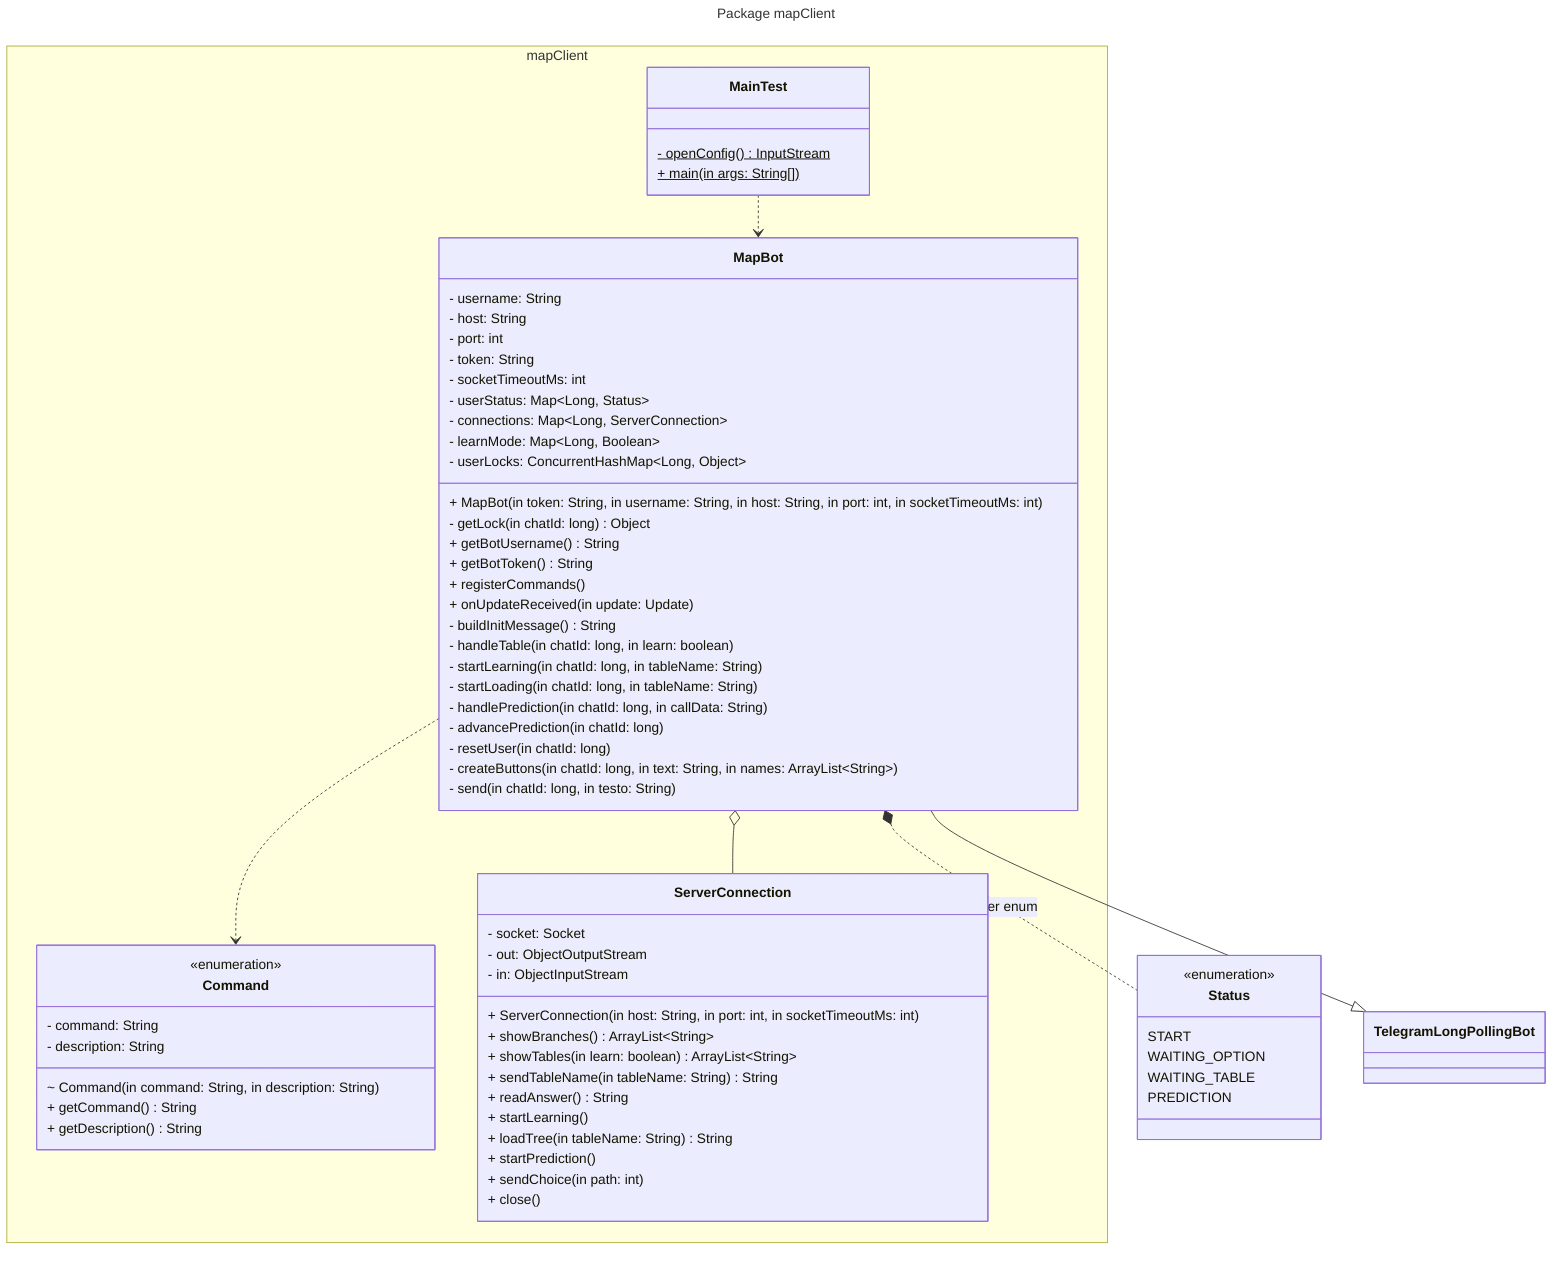
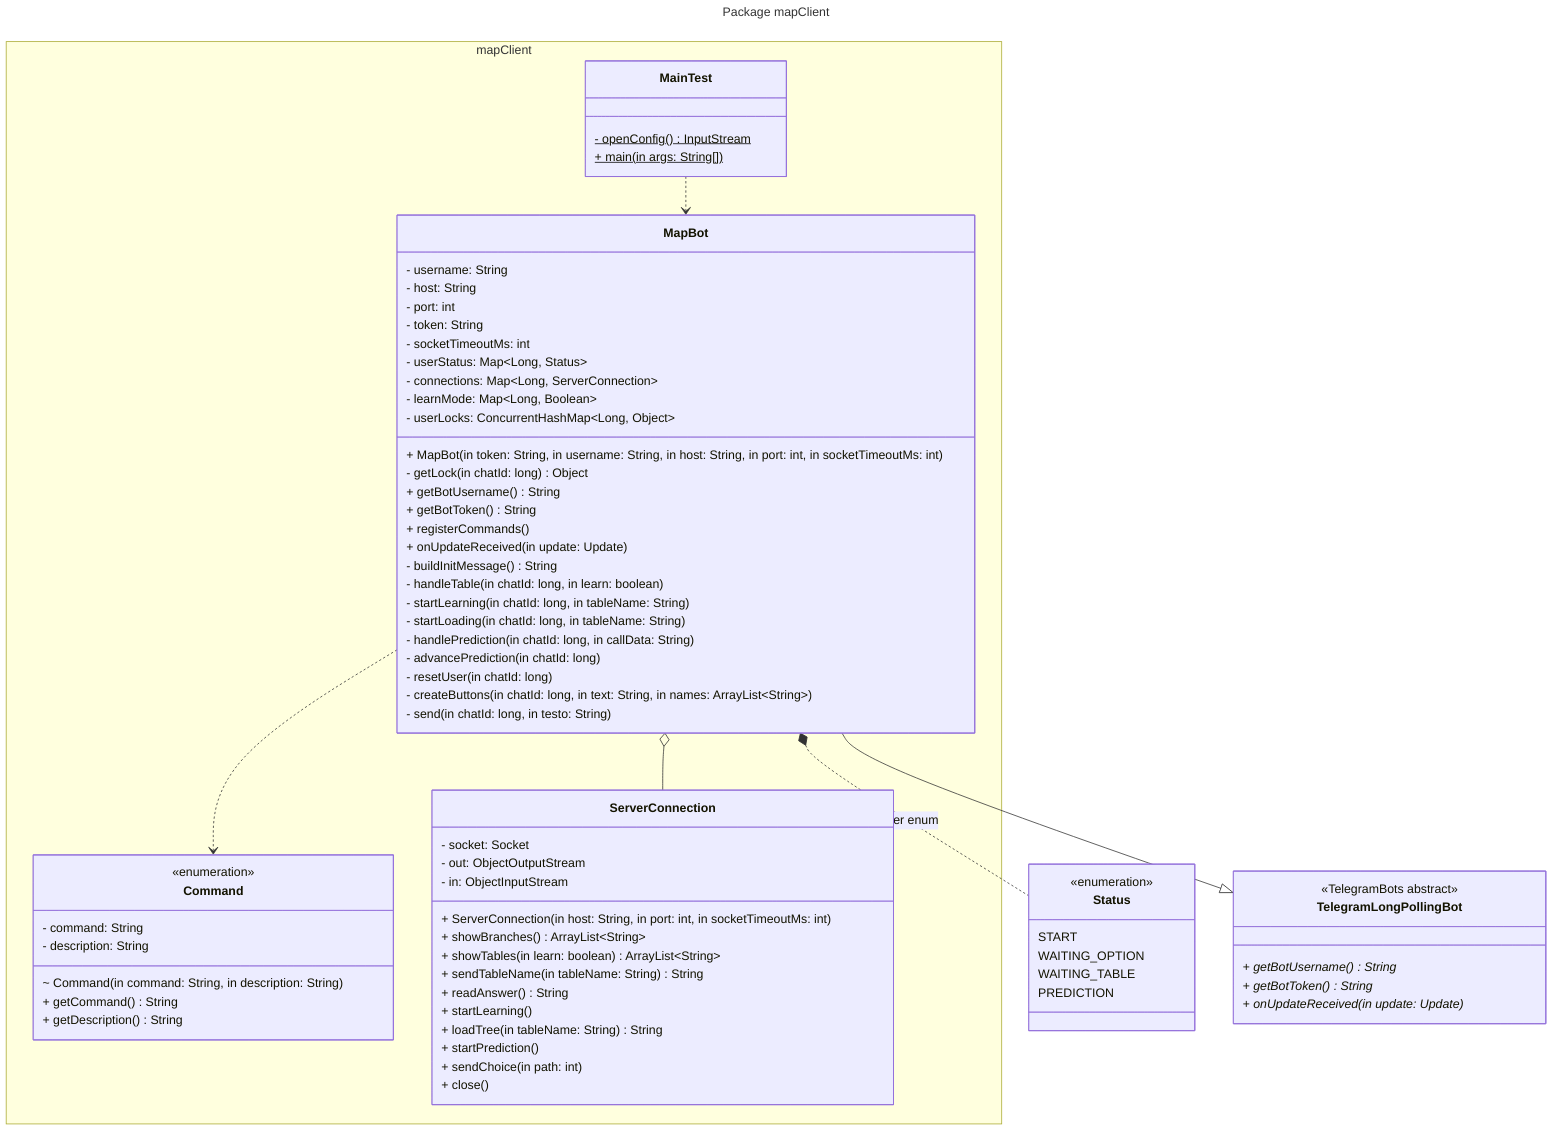
---
title: Package mapClient
---
classDiagram
namespace mapClient {
  class Command
  class MainTest
  class MapBot
  class ServerConnection
}

class Command {
  <<enumeration>>
  - command: String
  - description: String
  ~ Command(in command: String, in description: String)
  + getCommand() String
  + getDescription() String
}

class MainTest {
  - openConfig()$ InputStream
  + main(in args: String[])$
}

class MapBot {
  - username: String
  - host: String
  - port: int
  - token: String
  - socketTimeoutMs: int
  - userStatus: Map~Long, Status~
  - connections: Map~Long, ServerConnection~
  - learnMode: Map~Long, Boolean~
  - userLocks: ConcurrentHashMap~Long, Object~
  + MapBot(in token: String, in username: String, in host: String, in port: int, in socketTimeoutMs: int)
  - getLock(in chatId: long) Object
  + getBotUsername() String
  + getBotToken() String
  + registerCommands()
  + onUpdateReceived(in update: Update)
  - buildInitMessage() String
  - handleTable(in chatId: long, in learn: boolean)
  - startLearning(in chatId: long, in tableName: String)
  - startLoading(in chatId: long, in tableName: String)
  - handlePrediction(in chatId: long, in callData: String)
  - advancePrediction(in chatId: long)
  - resetUser(in chatId: long)
  - createButtons(in chatId: long, in text: String, in names: ArrayList~String~)
  - send(in chatId: long, in testo: String)
}

class Status {
  <<enumeration>>
  START
  WAITING_OPTION
  WAITING_TABLE
  PREDICTION
}

class ServerConnection {
  - socket: Socket
  - out: ObjectOutputStream
  - in: ObjectInputStream
  + ServerConnection(in host: String, in port: int, in socketTimeoutMs: int)
  + showBranches() ArrayList~String~
  + showTables(in learn: boolean) ArrayList~String~
  + sendTableName(in tableName: String) String
  + readAnswer() String
  + startLearning()
  + loadTree(in tableName: String) String
  + startPrediction()
  + sendChoice(in path: int)
  + close()
}

class TelegramLongPollingBot {
+   <<TelegramBots abstract>>
+   + getBotUsername()* String
+   + getBotToken()* String
+   + onUpdateReceived(in update: Update)*
}

MapBot --|> TelegramLongPollingBot
- MapBot *.. Status : inner enum
MapBot o-- ServerConnection
MapBot ..> Command
+ MapBot *.. Status : inner enum
MainTest ..> MapBot
